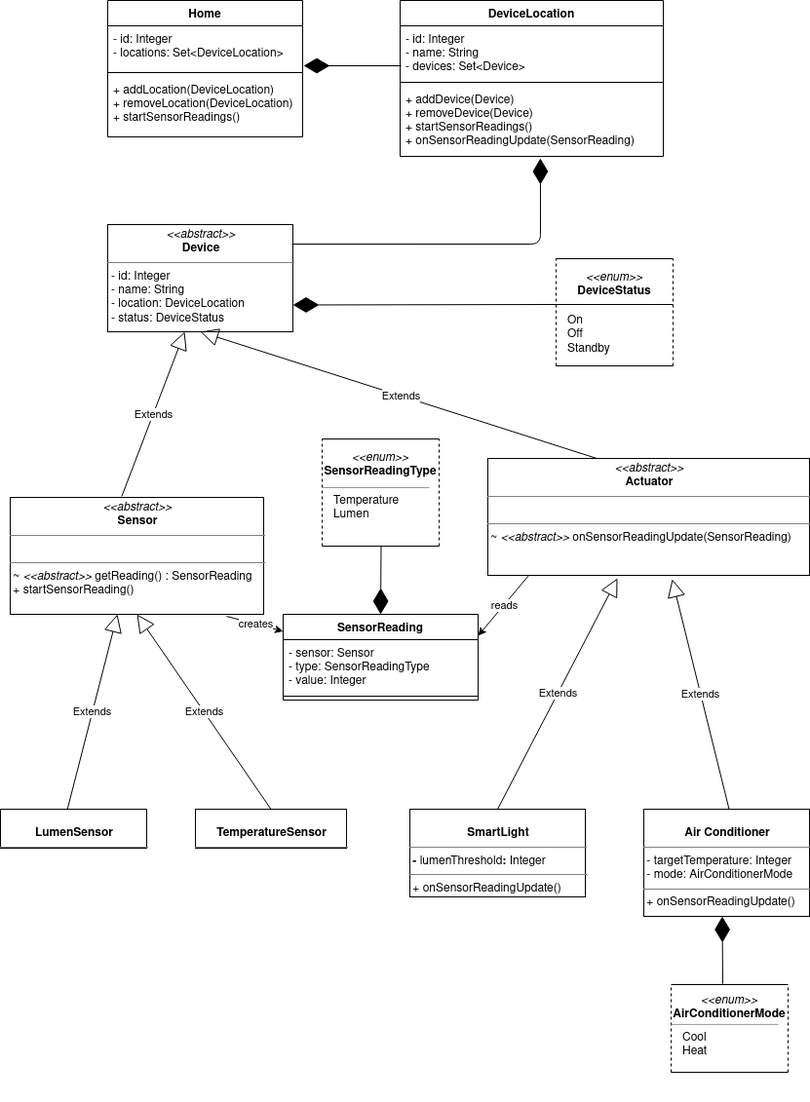
jfgcf/ads_houseofthings keeps this draw.io diagram as docs/UML_Class_Diagram.png. Above is the earlier version. Source tidied: cells renumbered, new cells last; positions are measured from the earlier drawing's top-left corner, leaving out a move shared by most shapes.
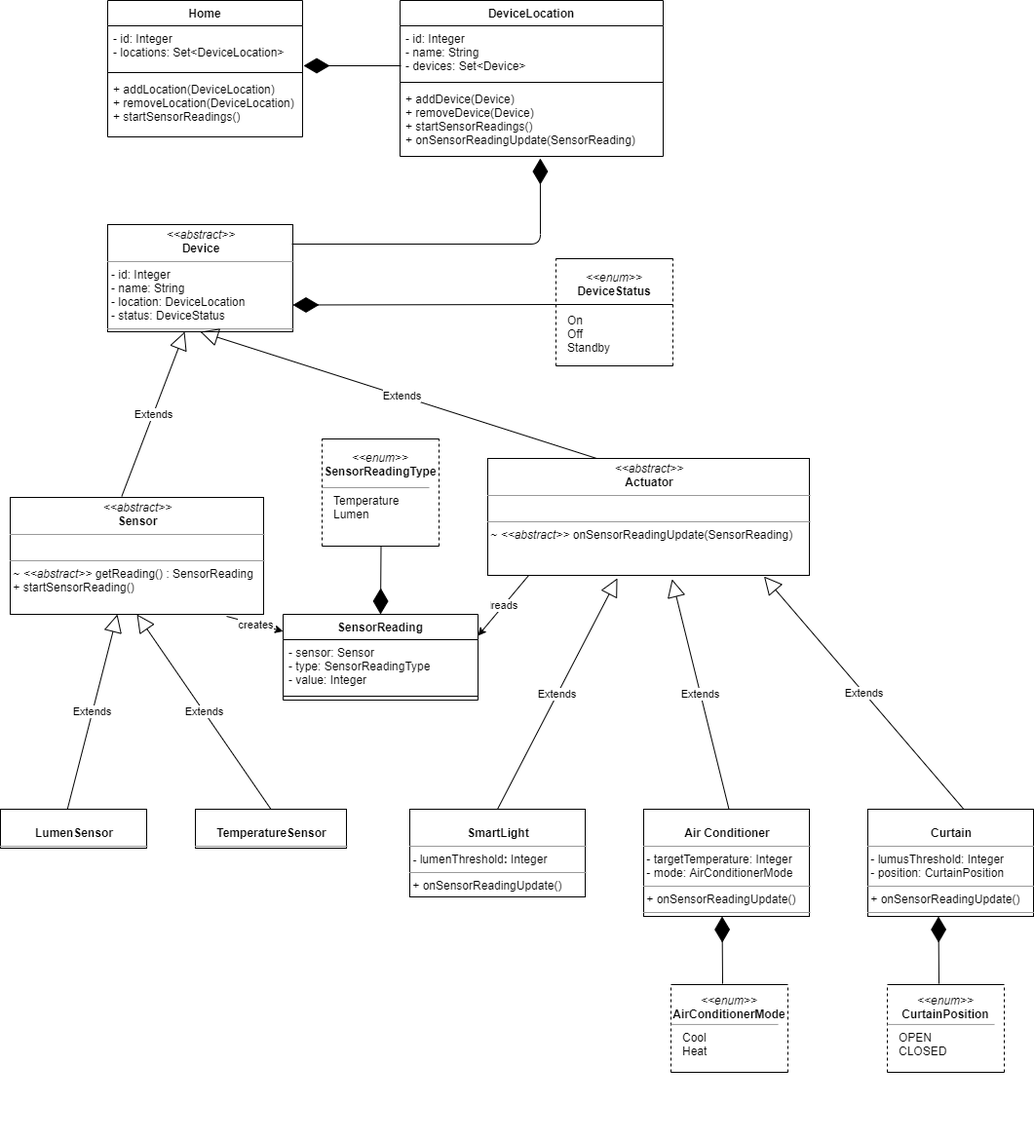
The same file after the commit.

Change to the diagram source:
```diff
@@ -241,5 +241,57 @@
     <mxCell id="62" style="endArrow=diamondThin;endFill=1;endSize=24;html=1;entryX=1;entryY=0.75;entryDx=0;entryDy=0;exitX=0;exitY=0.5;exitDx=0;exitDy=0;exitPerimeter=0;" parent="1" edge="1" source="22" target="11">
       <mxGeometry relative="1" as="geometry" />
     </mxCell>
+    <mxCell id="63" value="&lt;p style=&quot;margin: 0px ; margin-top: 4px ; text-align: center&quot;&gt;&lt;b&gt;&lt;br&gt;Curtain&lt;/b&gt;&lt;/p&gt;&lt;hr size=&quot;1&quot;&gt;&lt;div&gt;&lt;b&gt;&amp;nbsp;&lt;/b&gt;- lumusThreshold: Integer&lt;/div&gt;&lt;div&gt;&amp;nbsp;- position: CurtainPosition&lt;b&gt;&lt;br&gt;&lt;/b&gt;&lt;/div&gt;&lt;hr size=&quot;1&quot;&gt;&lt;b&gt;&lt;b&gt;&amp;nbsp;&lt;/b&gt;&lt;/b&gt;+ onSensorReadingUpdate()&lt;hr size=&quot;1&quot;&gt;" style="verticalAlign=top;align=left;overflow=fill;fontSize=12;fontFamily=Helvetica;html=1;" parent="1" vertex="1">
+      <mxGeometry x="890" y="830" width="170" height="110" as="geometry" />
+    </mxCell>
+    <mxCell id="64" value="Extends" style="endArrow=block;endSize=16;endFill=0;html=1;exitX=0.5;exitY=0;exitDx=0;exitDy=0;entryX=0.859;entryY=1.009;entryDx=0;entryDy=0;entryPerimeter=0;" parent="1" edge="1" target="26">
+      <mxGeometry relative="1" as="geometry">
+        <mxPoint x="988.4" y="830" as="sourcePoint" />
+      </mxGeometry>
+    </mxCell>
+    <mxCell id="65" style="group;" parent="1" vertex="1">
+      <mxGeometry x="550" y="500" width="500" height="670" as="geometry" />
+    </mxCell>
+    <mxCell id="66" style="group;" parent="65" vertex="1">
+      <mxGeometry x="360" y="510" width="120" height="90" as="geometry" />
+    </mxCell>
+    <mxCell id="67" style="endArrow=none;html=1;" parent="66" edge="1">
+      <mxGeometry relative="1" as="geometry">
+        <mxPoint as="sourcePoint" />
+        <mxPoint x="120" as="targetPoint" />
+      </mxGeometry>
+    </mxCell>
+    <mxCell id="68" style="endArrow=none;dashed=1;html=1;" parent="66" edge="1">
+      <mxGeometry relative="1" as="geometry">
+        <mxPoint y="90" as="sourcePoint" />
+        <mxPoint as="targetPoint" />
+      </mxGeometry>
+    </mxCell>
+    <mxCell id="69" style="endArrow=none;dashed=1;html=1;" parent="66" edge="1">
+      <mxGeometry relative="1" as="geometry">
+        <mxPoint x="120" y="90" as="sourcePoint" />
+        <mxPoint x="120" as="targetPoint" />
+      </mxGeometry>
+    </mxCell>
+    <mxCell id="70" style="endArrow=none;html=1;" parent="66" edge="1">
+      <mxGeometry relative="1" as="geometry">
+        <mxPoint y="90" as="sourcePoint" />
+        <mxPoint x="120" y="90" as="targetPoint" />
+      </mxGeometry>
+    </mxCell>
+    <mxCell id="71" value="OPEN&lt;br&gt;CLOSED" style="text;whiteSpace=wrap;html=1;" parent="66" vertex="1">
+      <mxGeometry x="10" y="40.9" width="110" height="40.9" as="geometry" />
+    </mxCell>
+    <mxCell id="72" style="verticalLabelPosition=bottom;shadow=0;dashed=0;align=center;html=1;verticalAlign=top;strokeWidth=1;shape=mxgraph.mockup.markup.line;strokeColor=#999999;" parent="66" vertex="1">
+      <mxGeometry y="32.7" width="110" height="16.4" as="geometry" />
+    </mxCell>
+    <mxCell id="73" value="&lt;p style=&quot;margin: 4px 0px 0px&quot; align=&quot;center&quot;&gt;&lt;i&gt;&amp;lt;&amp;lt;enum&amp;gt;&amp;gt;&lt;/i&gt;&lt;br&gt;&lt;b&gt;CurtainPosition&lt;/b&gt;&lt;/p&gt;" style="text;whiteSpace=wrap;html=1;align=center;" parent="66" vertex="1">
+      <mxGeometry x="10" y="-0.8" width="100" height="10.8" as="geometry" />
+    </mxCell>
+    <mxCell id="74" style="endArrow=diamondThin;endFill=1;endSize=24;html=1;exitX=0.43;exitY=-0.004;exitDx=0;exitDy=0;exitPerimeter=0;" parent="65" edge="1" source="73">
+      <mxGeometry relative="1" as="geometry">
+        <mxPoint x="412.5" y="440" as="targetPoint" />
+      </mxGeometry>
+    </mxCell>
   </root>
 </mxGraphModel>
```
